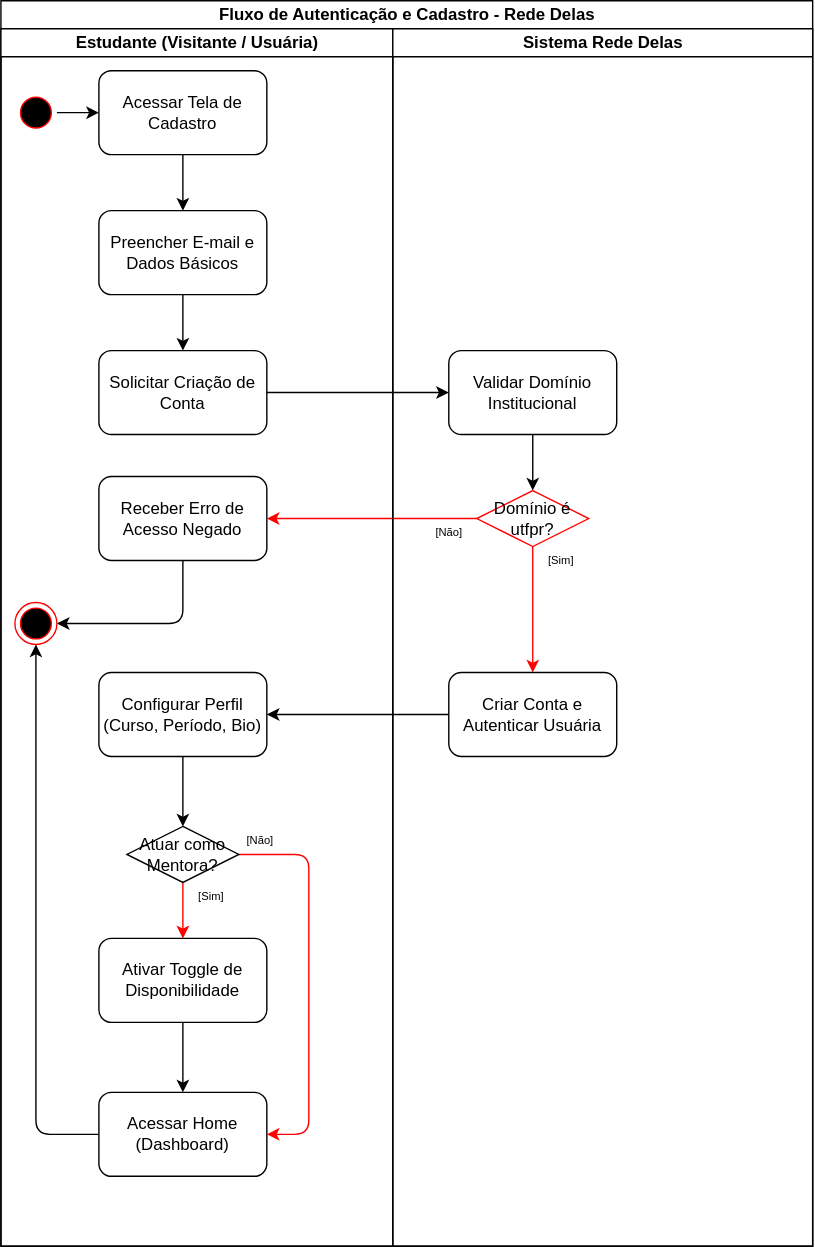
This is modeling/atividades_autenticacao.drawio.svg from Thakirian/rede-elas-stem, a draw.io export, as it was before one commit. Source tidied: cells renumbered, new cells last; positions are measured from the earlier drawing's top-left corner, leaving out a move shared by most shapes.
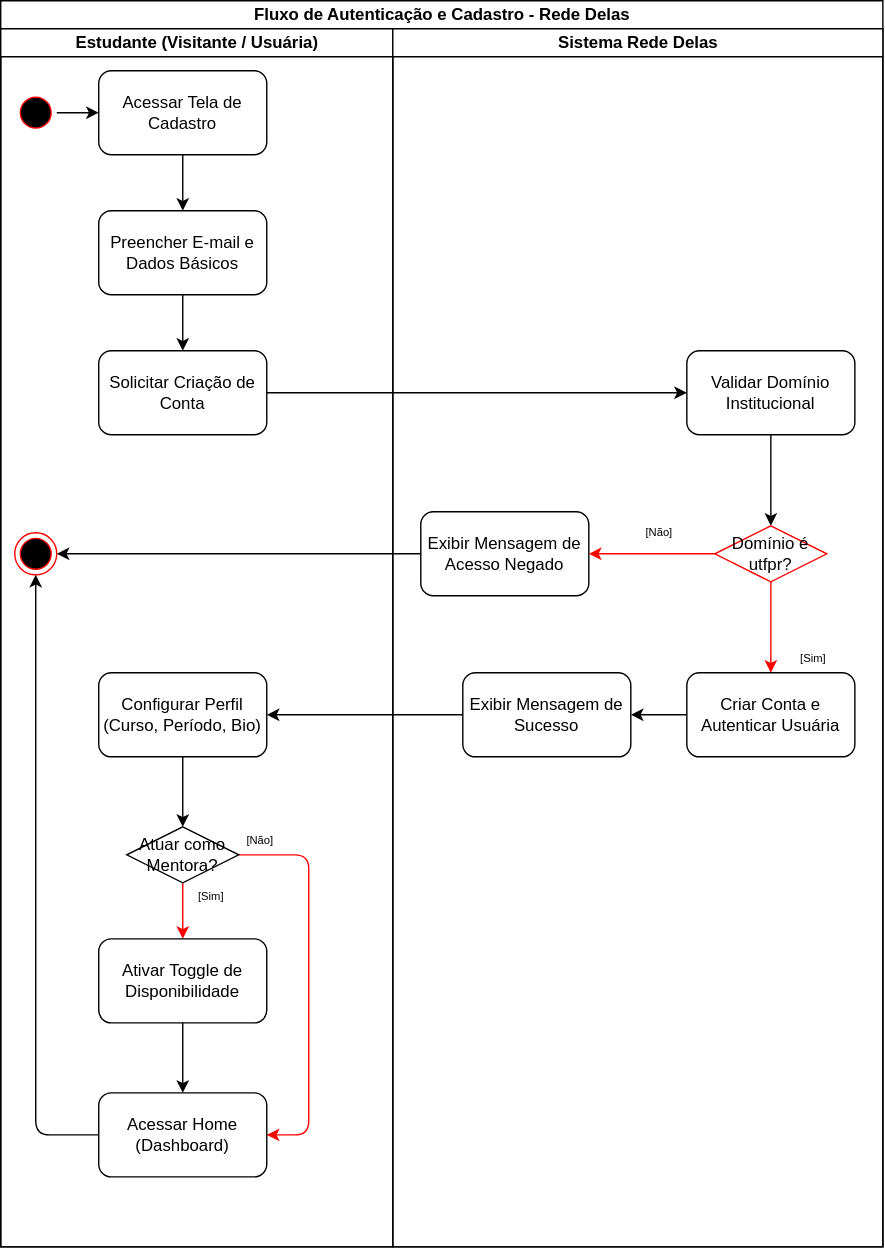
After the change.

Commit message:
docs: ajusta responsabilidade de acoes e semantica nos diagramas de autenticacao e mentoria

What changed in the source:
```diff
@@ -3,7 +3,7 @@
     <mxCell id="0" />
     <mxCell id="1" parent="0" />
     <mxCell id="2" value="Fluxo de Autenticação e Cadastro - Rede Delas" style="swimlane;startSize=20;html=1;" parent="1" vertex="1">
-      <mxGeometry width="580" height="890" as="geometry" />
+      <mxGeometry width="630" height="890" as="geometry" />
     </mxCell>
     <mxCell id="3" value="Estudante (Visitante / Usuária)" style="swimlane;startSize=20;html=1;" parent="2" vertex="1">
       <mxGeometry y="20" width="280" height="870" as="geometry" />
@@ -29,18 +29,8 @@
     <mxCell id="10" value="Solicitar Criação de Conta" style="rounded=1;whiteSpace=wrap;html=1;" parent="3" vertex="1">
       <mxGeometry x="70" y="230" width="120" height="60" as="geometry" />
     </mxCell>
-    <mxCell id="11" style="edgeStyle=none;html=1;exitX=0.5;exitY=1;exitDx=0;exitDy=0;entryX=1;entryY=0.5;entryDx=0;entryDy=0;" parent="3" edge="1" source="12" target="13">
-      <mxGeometry relative="1" as="geometry">
-        <Array as="points">
-          <mxPoint x="130" y="425" />
-        </Array>
-      </mxGeometry>
-    </mxCell>
-    <mxCell id="12" value="Receber Erro de Acesso Negado" style="rounded=1;whiteSpace=wrap;html=1;" parent="3" vertex="1">
-      <mxGeometry x="70" y="320" width="120" height="60" as="geometry" />
-    </mxCell>
     <mxCell id="13" style="ellipse;html=1;shape=endState;fillColor=#000000;strokeColor=#ff0000;" parent="3" vertex="1">
-      <mxGeometry x="10" y="410" width="30" height="30" as="geometry" />
+      <mxGeometry x="10" y="360" width="30" height="30" as="geometry" />
     </mxCell>
     <mxCell id="14" style="edgeStyle=none;html=1;exitX=0.5;exitY=1;exitDx=0;exitDy=0;entryX=0.5;entryY=0;entryDx=0;entryDy=0;" parent="3" edge="1" source="15" target="18">
       <mxGeometry relative="1" as="geometry" />
@@ -89,35 +79,47 @@
     <mxCell id="25" style="edgeStyle=none;html=1;exitX=1;exitY=0.5;exitDx=0;exitDy=0;entryX=0;entryY=0.5;entryDx=0;entryDy=0;" parent="2" edge="1" source="10" target="29">
       <mxGeometry relative="1" as="geometry" />
     </mxCell>
-    <mxCell id="26" style="edgeStyle=none;html=1;exitX=0;exitY=0.5;exitDx=0;exitDy=0;entryX=1;entryY=0.5;entryDx=0;entryDy=0;strokeColor=#FF0000;" parent="2" edge="1" source="31" target="12">
-      <mxGeometry relative="1" as="geometry" />
-    </mxCell>
     <mxCell id="27" value="Sistema Rede Delas" style="swimlane;startSize=20;html=1;" parent="2" vertex="1">
-      <mxGeometry x="280" y="20" width="300" height="870" as="geometry" />
+      <mxGeometry x="280" y="20" width="350" height="870" as="geometry" />
     </mxCell>
     <mxCell id="28" style="edgeStyle=none;html=1;exitX=0.5;exitY=1;exitDx=0;exitDy=0;entryX=0.5;entryY=0;entryDx=0;entryDy=0;strokeColor=#000000;" parent="27" edge="1" source="29" target="31">
       <mxGeometry relative="1" as="geometry" />
     </mxCell>
     <mxCell id="29" value="Validar Domínio Institucional" style="rounded=1;whiteSpace=wrap;html=1;" parent="27" vertex="1">
-      <mxGeometry x="40" y="230" width="120" height="60" as="geometry" />
+      <mxGeometry x="210" y="230" width="120" height="60" as="geometry" />
     </mxCell>
     <mxCell id="30" style="edgeStyle=none;html=1;exitX=0.5;exitY=1;exitDx=0;exitDy=0;entryX=0.5;entryY=0;entryDx=0;entryDy=0;fontColor=#FF0000;strokeColor=#FF0000;" parent="27" edge="1" source="31" target="33">
       <mxGeometry relative="1" as="geometry" />
     </mxCell>
     <mxCell id="31" value="Domínio é utfpr?" style="rhombus;whiteSpace=wrap;html=1;fontColor=#000000;fillColor=#FFFFFF;strokeColor=#ff0000;" parent="27" vertex="1">
-      <mxGeometry x="60" y="330" width="80" height="40" as="geometry" />
+      <mxGeometry x="230" y="355" width="80" height="40" as="geometry" />
     </mxCell>
     <mxCell id="32" value=" [Não]" style="text;html=1;align=center;verticalAlign=middle;strokeColor=none;fillColor=none;fontSize=8;" parent="27" vertex="1">
-      <mxGeometry x="20" y="350" width="40" height="20" as="geometry" />
+      <mxGeometry x="170" y="350" width="40" height="20" as="geometry" />
     </mxCell>
+    <mxCell id="36" style="edgeStyle=none;html=1;exitX=0;exitY=0.5;exitDx=0;exitDy=0;entryX=1;entryY=0.5;entryDx=0;entryDy=0;" parent="27" edge="1" source="33" target="38">
+      <mxGeometry relative="1" as="geometry" />
+    </mxCell>
     <mxCell id="33" value="Criar Conta e Autenticar Usuária" style="rounded=1;whiteSpace=wrap;html=1;" parent="27" vertex="1">
-      <mxGeometry x="40" y="460" width="120" height="60" as="geometry" />
+      <mxGeometry x="210" y="460" width="120" height="60" as="geometry" />
     </mxCell>
     <mxCell id="34" value=" [Sim]" style="text;html=1;align=center;verticalAlign=middle;strokeColor=none;fillColor=none;fontSize=8;" parent="27" vertex="1">
-      <mxGeometry x="100" y="370" width="40" height="20" as="geometry" />
+      <mxGeometry x="280" y="440" width="40" height="20" as="geometry" />
     </mxCell>
-    <mxCell id="35" style="edgeStyle=none;html=1;exitX=0;exitY=0.5;exitDx=0;exitDy=0;entryX=1;entryY=0.5;entryDx=0;entryDy=0;" parent="2" edge="1" source="33" target="15">
-      <mxGeometry relative="1" as="geometry" />
-    </mxCell>
+    <mxCell id="37" value="Exibir Mensagem de Acesso Negado" style="rounded=1;whiteSpace=wrap;html=1;" parent="27" vertex="1">
+      <mxGeometry x="20" y="345" width="120" height="60" as="geometry" />
+    </mxCell>
+    <mxCell id="26" style="edgeStyle=none;html=1;exitX=0;exitY=0.5;exitDx=0;exitDy=0;entryX=1;entryY=0.5;entryDx=0;entryDy=0;strokeColor=#FF0000;" parent="27" edge="1" source="31" target="37">
+      <mxGeometry relative="1" as="geometry" />
+    </mxCell>
+    <mxCell id="38" value="Exibir Mensagem de Sucesso" style="rounded=1;whiteSpace=wrap;html=1;" parent="27" vertex="1">
+      <mxGeometry x="50" y="460" width="120" height="60" as="geometry" />
+    </mxCell>
+    <mxCell id="11" style="edgeStyle=none;html=1;exitX=0;exitY=0.5;exitDx=0;exitDy=0;entryX=1;entryY=0.5;entryDx=0;entryDy=0;" parent="2" edge="1" source="37" target="13">
+      <mxGeometry x="0.52" relative="1" as="geometry" />
+    </mxCell>
+    <mxCell id="39" style="edgeStyle=none;html=1;exitX=0;exitY=0.5;exitDx=0;exitDy=0;entryX=1;entryY=0.5;entryDx=0;entryDy=0;" parent="2" edge="1" source="38" target="15">
+      <mxGeometry relative="1" as="geometry" />
+    </mxCell>
   </root>
 </mxGraphModel>
```
